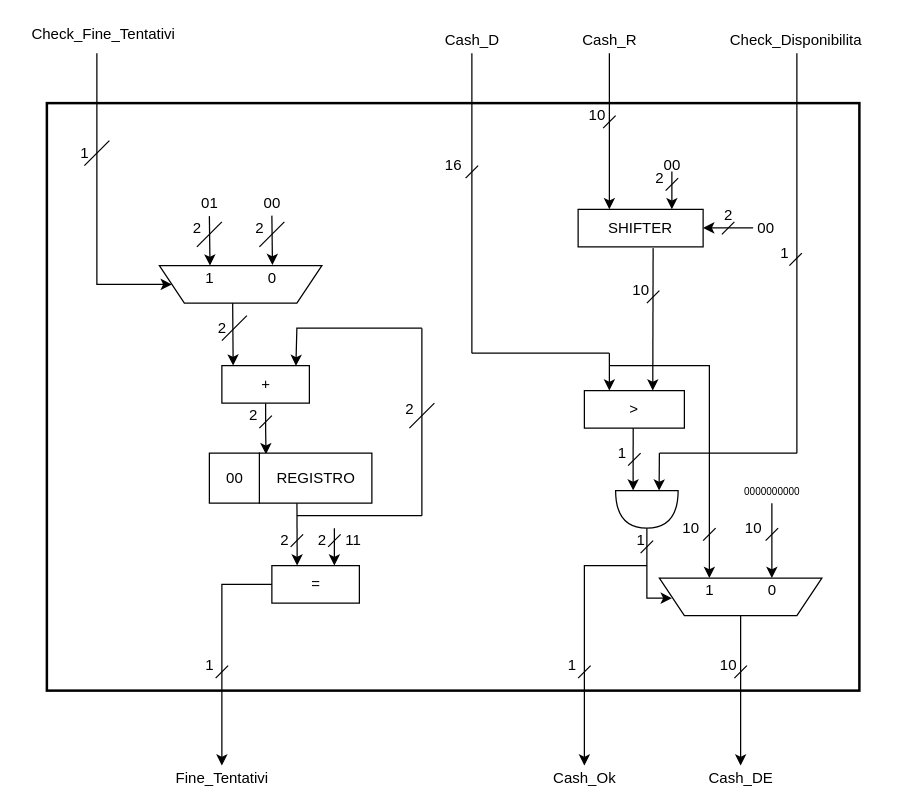
This is DOCS/datapath_disegno/Datapath.drawio from enricobragastini/ElaboratoSIS, a draw.io file, before an edit. Source tidied: cells renumbered, new cells numbered last; positions are measured from the earlier drawing's top-left corner, leaving out a move shared by most shapes. Both pictures are drawn from the tidied source at 125%, with x=0, y=0 at pixel (21, 21).
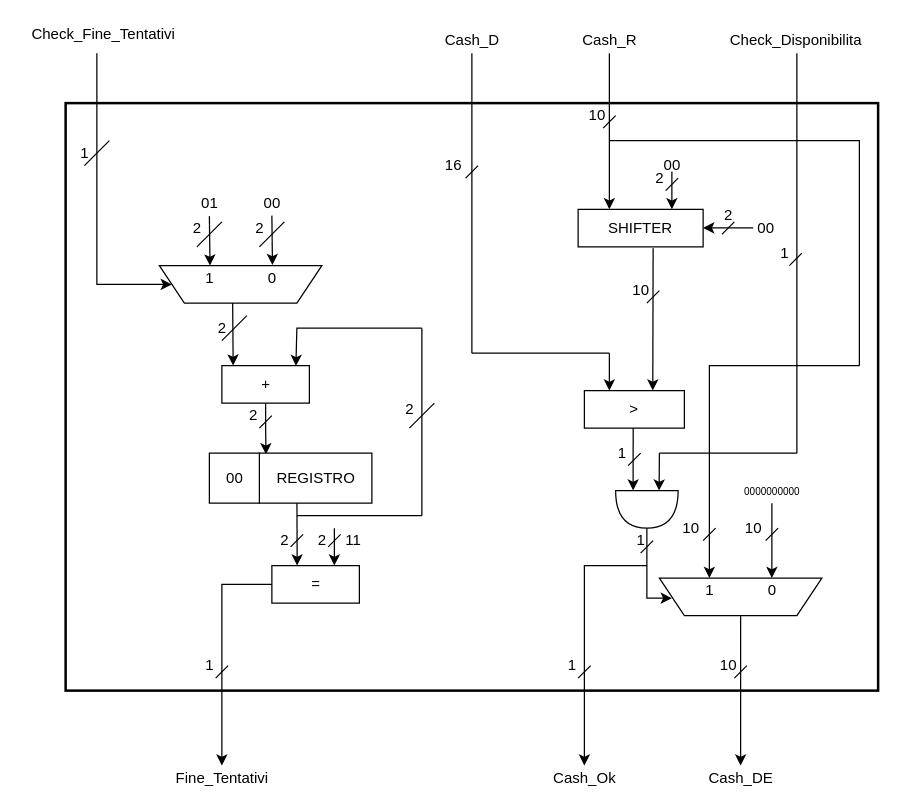
After the change.

Commit message (it also covers changes not shown here):
modifica disegno datapath

Unchanged cells that the change refers to:
```xml
<mxCell id="24" value="1" style="text;html=1;align=center;verticalAlign=middle;points=[];" parent="1" vertex="1">
  <mxGeometry x="540" y="445" width="20" height="20" as="geometry" />
</mxCell>
```

The edit, as a diff of the source:
```diff
@@
-    <mxCell id="22" style="rounded=0;whiteSpace=wrap;html=1;perimeterSpacing=2;strokeWidth=2;fillColor=none;imageAspect=1;" parent="1" vertex="1">
-      <mxGeometry x="20" y="65" width="650" height="470" as="geometry" />
-    </mxCell>
@@
-    <mxCell id="50" style="endArrow=none;html=1;" parent="1" edge="1">
+    <mxCell id="50" style="endArrow=none;html=1;" parent="1" edge="1" source="22">
       <mxGeometry relative="1" as="geometry">
-        <mxPoint x="360" y="265" as="sourcePoint" />
         <mxPoint x="360" y="25" as="targetPoint" />
       </mxGeometry>
     </mxCell>
@@
     <mxCell id="82" style="endArrow=classic;html=1;entryX=0.5;entryY=0;entryDx=0;entryDy=0;entryPerimeter=0;rounded=0;" parent="1" edge="1" target="24">
       <mxGeometry relative="1" as="geometry">
-        <mxPoint x="470" y="275" as="sourcePoint" />
+        <mxPoint x="670" y="275" as="sourcePoint" />
         <Array as="points">
           <mxPoint x="550" y="275" />
         </Array>
       </mxGeometry>
     </mxCell>
@@
+    <mxCell id="104" style="endArrow=none;html=1;rounded=0;" parent="1" edge="1">
+      <mxGeometry relative="1" as="geometry">
+        <mxPoint x="670" y="275" as="sourcePoint" />
+        <mxPoint x="470" y="95" as="targetPoint" />
+        <Array as="points">
+          <mxPoint x="670" y="95" />
+        </Array>
+      </mxGeometry>
+    </mxCell>
+    <mxCell id="22" style="rounded=0;whiteSpace=wrap;html=1;perimeterSpacing=2;strokeWidth=2;fillColor=none;imageAspect=1;" parent="1" vertex="1">
+      <mxGeometry x="35" y="65" width="650" height="470" as="geometry" />
+    </mxCell>
+    <mxCell id="105" style="endArrow=none;html=1;" parent="1" edge="1" target="22">
+      <mxGeometry relative="1" as="geometry">
+        <mxPoint x="360" y="265" as="sourcePoint" />
+      </mxGeometry>
+    </mxCell>
```
